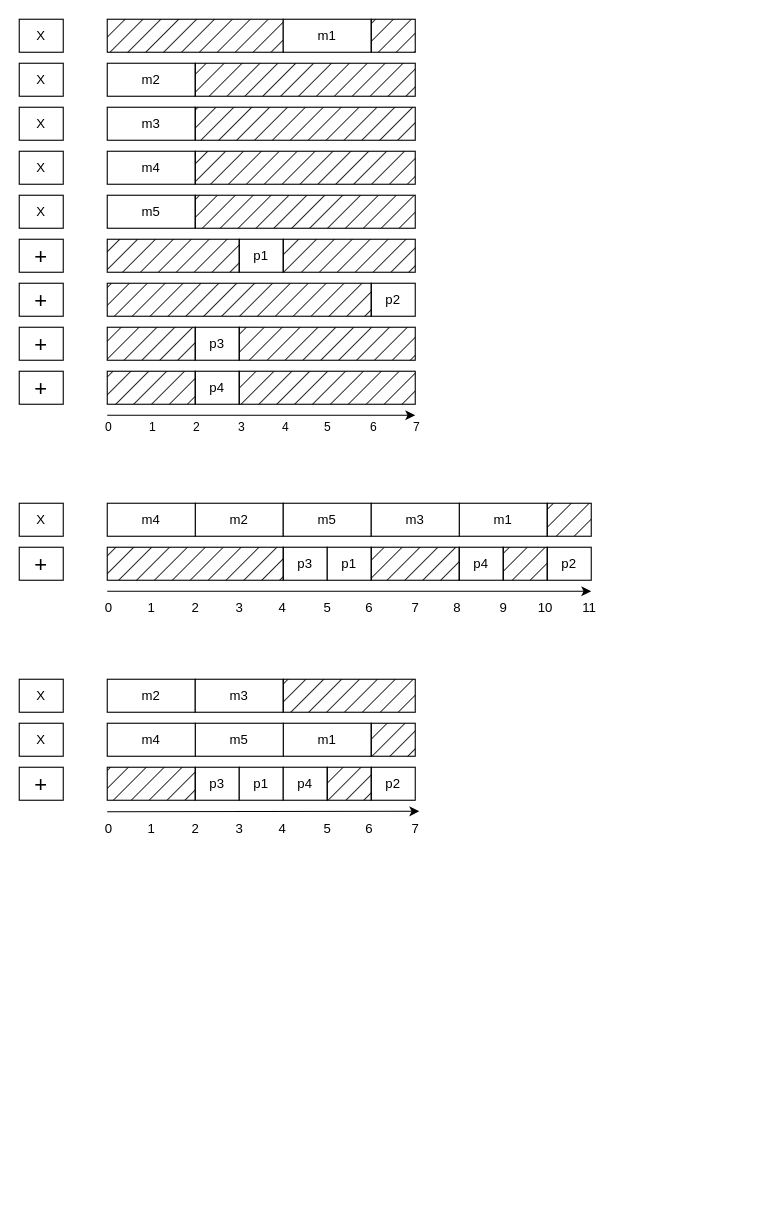
Before: page "Scheduling" (2 of 3) of Assignement1/IDSP DrawIO.drawio in martinreinok/IDSP191210950, a draw.io diagram. Source tidied: cells renumbered, new cells numbered last; positions are measured from the earlier drawing's top-left corner, leaving out a move shared by most shapes. Both pictures are drawn from the tidied source at 110%, with x=0, y=0 at pixel (19, 19).
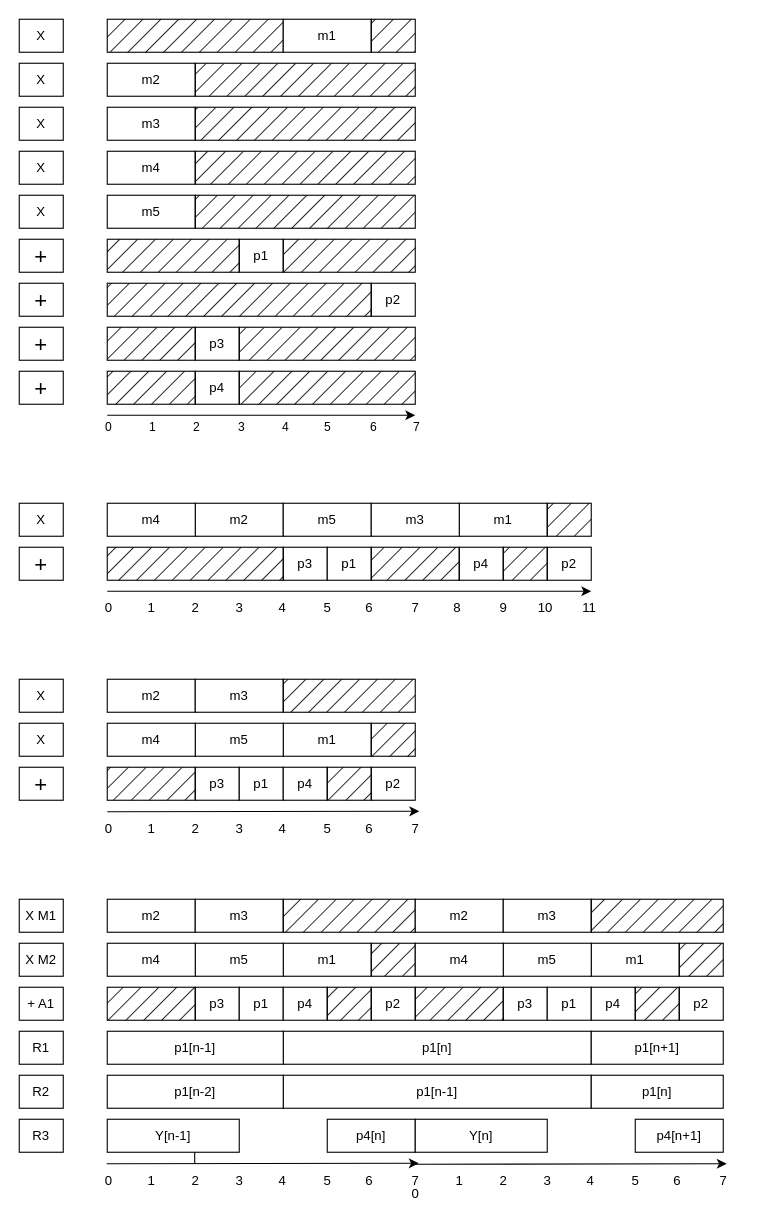
Above is the later version.

Diff of the diagram source:
```diff
@@
+    <mxCell id="95" value="X M2" style="rounded=0;whiteSpace=wrap;html=1;" parent="1" vertex="1">
+      <mxGeometry y="840" width="40" height="30" as="geometry" />
+    </mxCell>
+    <mxCell id="96" value="&lt;font style=&quot;font-size: 12px;&quot;&gt;+ A1&lt;/font&gt;" style="rounded=0;whiteSpace=wrap;html=1;" parent="1" vertex="1">
+      <mxGeometry y="880" width="40" height="30" as="geometry" />
+    </mxCell>
+    <mxCell id="97" value="m2" style="rounded=0;whiteSpace=wrap;html=1;" parent="1" vertex="1">
+      <mxGeometry x="80" y="800" width="80" height="30" as="geometry" />
+    </mxCell>
+    <mxCell id="98" value="p3" style="rounded=0;whiteSpace=wrap;html=1;" parent="1" vertex="1">
+      <mxGeometry x="160" y="880" width="40" height="30" as="geometry" />
+    </mxCell>
+    <mxCell id="99" value="p1" style="rounded=0;whiteSpace=wrap;html=1;" parent="1" vertex="1">
+      <mxGeometry x="200" y="880" width="40" height="30" as="geometry" />
+    </mxCell>
+    <mxCell id="100" value="m1" style="rounded=0;whiteSpace=wrap;html=1;" parent="1" vertex="1">
+      <mxGeometry x="240" y="840" width="80" height="30" as="geometry" />
+    </mxCell>
+    <mxCell id="101" value="p2" style="rounded=0;whiteSpace=wrap;html=1;" parent="1" vertex="1">
+      <mxGeometry x="320" y="880" width="40" height="30" as="geometry" />
+    </mxCell>
+    <mxCell id="102" value="m5" style="rounded=0;whiteSpace=wrap;html=1;" parent="1" vertex="1">
+      <mxGeometry x="160" y="840" width="80" height="30" as="geometry" />
+    </mxCell>
+    <mxCell id="103" value="p4" style="rounded=0;whiteSpace=wrap;html=1;" parent="1" vertex="1">
+      <mxGeometry x="240" y="880" width="40" height="30" as="geometry" />
+    </mxCell>
+    <mxCell id="104" value="m4" style="rounded=0;whiteSpace=wrap;html=1;" parent="1" vertex="1">
+      <mxGeometry x="80" y="840" width="80" height="30" as="geometry" />
+    </mxCell>
+    <mxCell id="105" value="m3" style="rounded=0;whiteSpace=wrap;html=1;" parent="1" vertex="1">
+      <mxGeometry x="160" y="800" width="80" height="30" as="geometry" />
+    </mxCell>
+    <mxCell id="106" style="rounded=0;whiteSpace=wrap;html=1;fillColor=#000000;fillStyle=hatch;" parent="1" vertex="1">
+      <mxGeometry x="240" y="800" width="120" height="30" as="geometry" />
+    </mxCell>
+    <mxCell id="107" style="endArrow=classic;html=1;rounded=0;entryX=0.622;entryY=-0.015;entryDx=0;entryDy=0;entryPerimeter=0;" parent="1" edge="1" target="117">
+      <mxGeometry relative="1" as="geometry">
+        <mxPoint x="79.5" y="1040.5" as="sourcePoint" />
+      </mxGeometry>
+    </mxCell>
+    <mxCell id="108" style="rounded=0;whiteSpace=wrap;html=1;fillColor=#000000;fillStyle=hatch;" parent="1" vertex="1">
+      <mxGeometry x="320" y="840" width="40" height="30" as="geometry" />
+    </mxCell>
+    <mxCell id="109" value="0" style="text;html=1;align=center;verticalAlign=middle;strokeColor=none;fillColor=none;" parent="1" vertex="1">
+      <mxGeometry x="65.5" y="1040.5" width="30" height="30" as="geometry" />
+    </mxCell>
+    <mxCell id="110" value="1" style="text;html=1;align=center;verticalAlign=middle;strokeColor=none;fillColor=none;" parent="1" vertex="1">
+      <mxGeometry x="104.5" y="1040.5" width="30" height="30" as="geometry" />
+    </mxCell>
+    <mxCell id="111" style="edgeStyle=orthogonalEdgeStyle;rounded=0;jettySize=auto;html=1;fontSize=12;" parent="1" edge="1" source="112" target="154">
+      <mxGeometry relative="1" as="geometry" />
+    </mxCell>
+    <mxCell id="112" value="2" style="text;html=1;align=center;verticalAlign=middle;points=[];strokeColor=none;fillColor=none;" parent="1" vertex="1">
+      <mxGeometry x="144.5" y="1040.5" width="30" height="30" as="geometry" />
+    </mxCell>
+    <mxCell id="113" value="3" style="text;html=1;align=center;verticalAlign=middle;strokeColor=none;fillColor=none;" parent="1" vertex="1">
+      <mxGeometry x="184.5" y="1040.5" width="30" height="30" as="geometry" />
+    </mxCell>
+    <mxCell id="114" value="4" style="text;html=1;align=center;verticalAlign=middle;strokeColor=none;fillColor=none;" parent="1" vertex="1">
+      <mxGeometry x="223.5" y="1040.5" width="30" height="30" as="geometry" />
+    </mxCell>
+    <mxCell id="115" value="5" style="text;html=1;align=center;verticalAlign=middle;strokeColor=none;fillColor=none;" parent="1" vertex="1">
+      <mxGeometry x="264.5" y="1040.5" width="30" height="30" as="geometry" />
+    </mxCell>
+    <mxCell id="116" value="6" style="text;html=1;align=center;verticalAlign=middle;strokeColor=none;fillColor=none;" parent="1" vertex="1">
+      <mxGeometry x="302.5" y="1040.5" width="30" height="30" as="geometry" />
+    </mxCell>
+    <mxCell id="117" value="7" style="text;html=1;align=center;verticalAlign=middle;points=[];strokeColor=none;fillColor=none;" parent="1" vertex="1">
+      <mxGeometry x="344.5" y="1040.5" width="30" height="30" as="geometry" />
+    </mxCell>
+    <mxCell id="118" value="X M1" style="rounded=0;whiteSpace=wrap;html=1;" parent="1" vertex="1">
+      <mxGeometry y="800" width="40" height="30" as="geometry" />
+    </mxCell>
+    <mxCell id="119" value="R2" style="rounded=0;whiteSpace=wrap;html=1;" parent="1" vertex="1">
+      <mxGeometry y="960" width="40" height="30" as="geometry" />
+    </mxCell>
+    <mxCell id="120" value="p1[n]" style="rounded=0;whiteSpace=wrap;html=1;" parent="1" vertex="1">
+      <mxGeometry x="240" y="920" width="280" height="30" as="geometry" />
+    </mxCell>
+    <mxCell id="121" value="R1" style="rounded=0;whiteSpace=wrap;html=1;" parent="1" vertex="1">
+      <mxGeometry y="920" width="40" height="30" as="geometry" />
+    </mxCell>
+    <mxCell id="122" value="m2" style="rounded=0;whiteSpace=wrap;html=1;" parent="1" vertex="1">
+      <mxGeometry x="360" y="800" width="80" height="30" as="geometry" />
+    </mxCell>
+    <mxCell id="123" value="p3" style="rounded=0;whiteSpace=wrap;html=1;" parent="1" vertex="1">
+      <mxGeometry x="440" y="880" width="40" height="30" as="geometry" />
+    </mxCell>
+    <mxCell id="124" value="p1" style="rounded=0;whiteSpace=wrap;html=1;" parent="1" vertex="1">
+      <mxGeometry x="480" y="880" width="40" height="30" as="geometry" />
+    </mxCell>
+    <mxCell id="125" value="m1" style="rounded=0;whiteSpace=wrap;html=1;" parent="1" vertex="1">
+      <mxGeometry x="520" y="840" width="80" height="30" as="geometry" />
+    </mxCell>
+    <mxCell id="126" value="p2" style="rounded=0;whiteSpace=wrap;html=1;" parent="1" vertex="1">
+      <mxGeometry x="600" y="880" width="40" height="30" as="geometry" />
+    </mxCell>
+    <mxCell id="127" value="m5" style="rounded=0;whiteSpace=wrap;html=1;" parent="1" vertex="1">
+      <mxGeometry x="440" y="840" width="80" height="30" as="geometry" />
+    </mxCell>
+    <mxCell id="128" value="p4" style="rounded=0;whiteSpace=wrap;html=1;" parent="1" vertex="1">
+      <mxGeometry x="520" y="880" width="40" height="30" as="geometry" />
+    </mxCell>
+    <mxCell id="129" value="m4" style="rounded=0;whiteSpace=wrap;html=1;" parent="1" vertex="1">
+      <mxGeometry x="360" y="840" width="80" height="30" as="geometry" />
+    </mxCell>
+    <mxCell id="130" value="m3" style="rounded=0;whiteSpace=wrap;html=1;" parent="1" vertex="1">
+      <mxGeometry x="440" y="800" width="80" height="30" as="geometry" />
+    </mxCell>
+    <mxCell id="131" style="rounded=0;whiteSpace=wrap;html=1;fillColor=#000000;fillStyle=hatch;" parent="1" vertex="1">
+      <mxGeometry x="520" y="800" width="120" height="30" as="geometry" />
+    </mxCell>
+    <mxCell id="132" style="rounded=0;whiteSpace=wrap;html=1;fillColor=#000000;fillStyle=hatch;" parent="1" vertex="1">
+      <mxGeometry x="600" y="840" width="40" height="30" as="geometry" />
+    </mxCell>
+    <mxCell id="133" value="p1[n+1]" style="rounded=0;whiteSpace=wrap;html=1;" parent="1" vertex="1">
+      <mxGeometry x="520" y="920" width="120" height="30" as="geometry" />
+    </mxCell>
+    <mxCell id="134" value="p1[n-1]" style="rounded=0;whiteSpace=wrap;html=1;" parent="1" vertex="1">
+      <mxGeometry x="80" y="920" width="160" height="30" as="geometry" />
+    </mxCell>
+    <mxCell id="135" style="rounded=0;whiteSpace=wrap;html=1;fillColor=#000000;fillStyle=hatch;" parent="1" vertex="1">
+      <mxGeometry x="280" y="880" width="40" height="30" as="geometry" />
+    </mxCell>
+    <mxCell id="136" style="rounded=0;whiteSpace=wrap;html=1;fillColor=#000000;fillStyle=hatch;" parent="1" vertex="1">
+      <mxGeometry x="360" y="880" width="80" height="30" as="geometry" />
+    </mxCell>
+    <mxCell id="137" style="rounded=0;whiteSpace=wrap;html=1;fillColor=#000000;fillStyle=hatch;" parent="1" vertex="1">
+      <mxGeometry x="80" y="880" width="80" height="30" as="geometry" />
+    </mxCell>
+    <mxCell id="138" style="rounded=0;whiteSpace=wrap;html=1;fillColor=#000000;fillStyle=hatch;" parent="1" vertex="1">
+      <mxGeometry x="560" y="880" width="40" height="30" as="geometry" />
+    </mxCell>
+    <mxCell id="139" value="p1[n-1]" style="rounded=0;whiteSpace=wrap;html=1;" parent="1" vertex="1">
+      <mxGeometry x="240" y="960" width="280" height="30" as="geometry" />
+    </mxCell>
+    <mxCell id="140" value="p1[n]" style="rounded=0;whiteSpace=wrap;html=1;" parent="1" vertex="1">
+      <mxGeometry x="520" y="960" width="120" height="30" as="geometry" />
+    </mxCell>
+    <mxCell id="141" value="p1[n-2]" style="rounded=0;whiteSpace=wrap;html=1;" parent="1" vertex="1">
+      <mxGeometry x="80" y="960" width="160" height="30" as="geometry" />
+    </mxCell>
+    <mxCell id="142" style="endArrow=classic;html=1;rounded=0;entryX=0.622;entryY=-0.015;entryDx=0;entryDy=0;entryPerimeter=0;" parent="1" edge="1" target="150">
+      <mxGeometry relative="1" as="geometry">
+        <mxPoint x="359.5" y="1040.9" as="sourcePoint" />
+      </mxGeometry>
+    </mxCell>
+    <mxCell id="143" value="0" style="text;html=1;align=center;verticalAlign=middle;strokeColor=none;fillColor=none;" parent="1" vertex="1">
+      <mxGeometry x="344.5" y="1053" width="30" height="30" as="geometry" />
+    </mxCell>
+    <mxCell id="144" value="1" style="text;html=1;align=center;verticalAlign=middle;strokeColor=none;fillColor=none;" parent="1" vertex="1">
+      <mxGeometry x="384.5" y="1040.9" width="30" height="30" as="geometry" />
+    </mxCell>
+    <mxCell id="145" value="2" style="text;html=1;align=center;verticalAlign=middle;strokeColor=none;fillColor=none;" parent="1" vertex="1">
+      <mxGeometry x="424.5" y="1040.9" width="30" height="30" as="geometry" />
+    </mxCell>
+    <mxCell id="146" value="3" style="text;html=1;align=center;verticalAlign=middle;strokeColor=none;fillColor=none;" parent="1" vertex="1">
+      <mxGeometry x="464.5" y="1040.9" width="30" height="30" as="geometry" />
+    </mxCell>
+    <mxCell id="147" value="4" style="text;html=1;align=center;verticalAlign=middle;strokeColor=none;fillColor=none;" parent="1" vertex="1">
+      <mxGeometry x="503.5" y="1040.9" width="30" height="30" as="geometry" />
+    </mxCell>
+    <mxCell id="148" value="5" style="text;html=1;align=center;verticalAlign=middle;strokeColor=none;fillColor=none;" parent="1" vertex="1">
+      <mxGeometry x="544.5" y="1040.9" width="30" height="30" as="geometry" />
+    </mxCell>
+    <mxCell id="149" value="6" style="text;html=1;align=center;verticalAlign=middle;strokeColor=none;fillColor=none;" parent="1" vertex="1">
+      <mxGeometry x="582.5" y="1040.9" width="30" height="30" as="geometry" />
+    </mxCell>
+    <mxCell id="150" value="7" style="text;html=1;align=center;verticalAlign=middle;points=[];strokeColor=none;fillColor=none;" parent="1" vertex="1">
+      <mxGeometry x="624.5" y="1040.9" width="30" height="30" as="geometry" />
+    </mxCell>
+    <mxCell id="151" value="R3" style="rounded=0;whiteSpace=wrap;html=1;" parent="1" vertex="1">
+      <mxGeometry y="1000" width="40" height="30" as="geometry" />
+    </mxCell>
+    <mxCell id="152" value="p4[n]" style="rounded=0;whiteSpace=wrap;html=1;" parent="1" vertex="1">
+      <mxGeometry x="280" y="1000" width="80" height="30" as="geometry" />
+    </mxCell>
+    <mxCell id="153" value="Y[n]" style="rounded=0;whiteSpace=wrap;html=1;" parent="1" vertex="1">
+      <mxGeometry x="360" y="1000" width="120" height="30" as="geometry" />
+    </mxCell>
+    <mxCell id="154" value="Y[n-1]" style="rounded=0;whiteSpace=wrap;html=1;" parent="1" vertex="1">
+      <mxGeometry x="80" y="1000" width="120" height="30" as="geometry" />
+    </mxCell>
+    <mxCell id="155" value="p4[n+1]" style="rounded=0;whiteSpace=wrap;html=1;" parent="1" vertex="1">
+      <mxGeometry x="560" y="1000" width="80" height="30" as="geometry" />
+    </mxCell>
```
